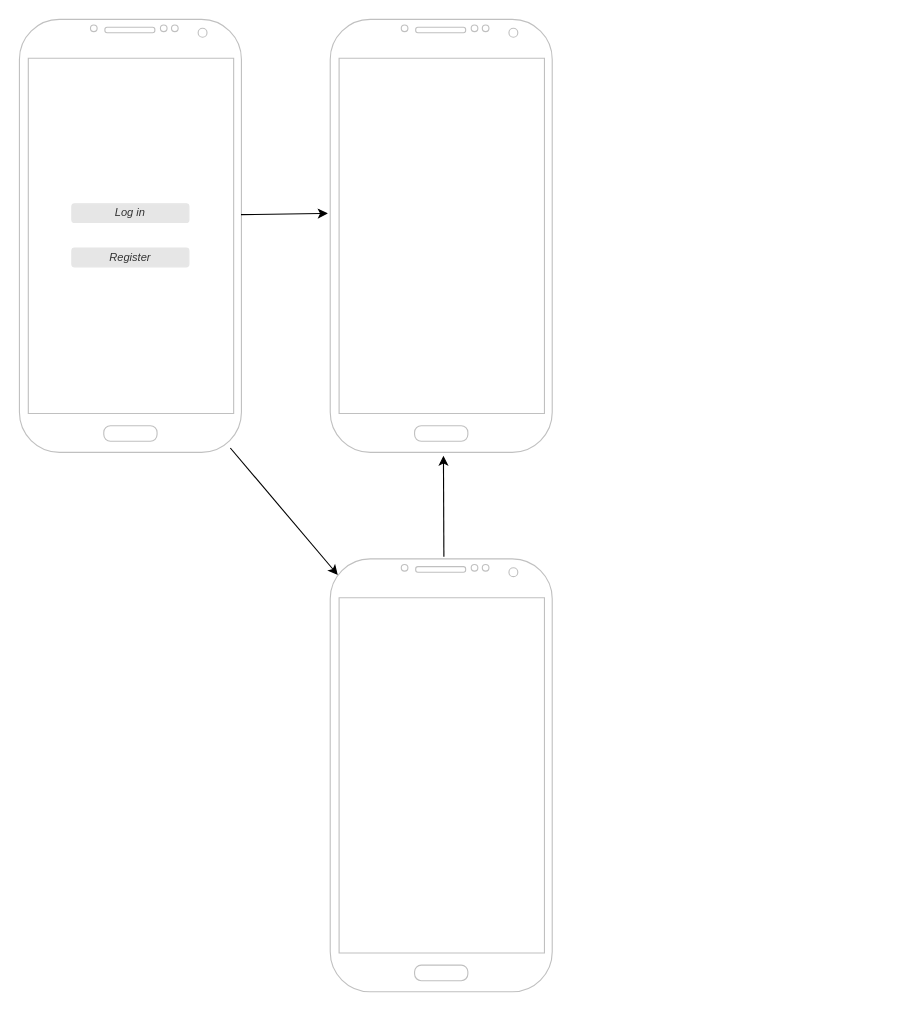
Before: Untitled Diagram.drawio in marie043/marie043, a draw.io diagram. Source tidied: cells renumbered, new cells numbered last; positions are measured from the earlier drawing's top-left corner, leaving out a move shared by most shapes. Both pictures are drawn from the tidied source at 111%, with x=0, y=0 at pixel (19, 19).
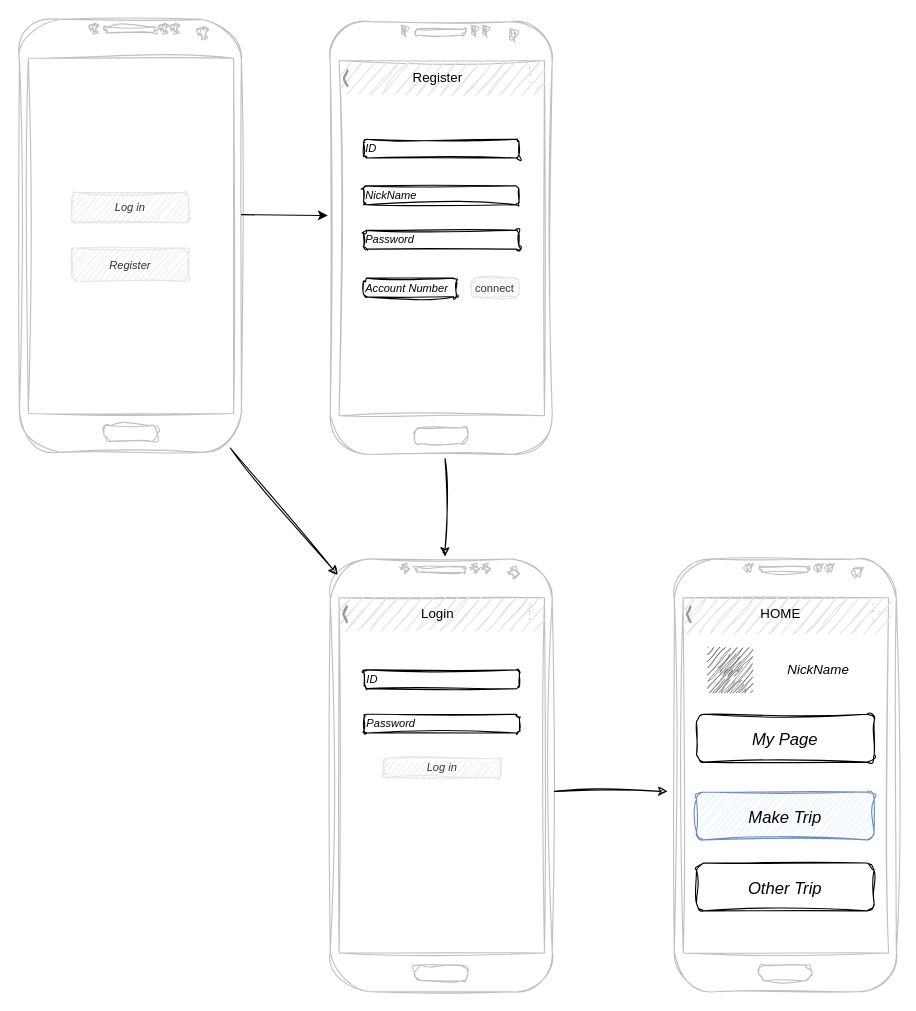
The same diagram, later.

Diff of the diagram source:
```diff
@@
-    <mxCell id="2" style="verticalLabelPosition=bottom;verticalAlign=top;html=1;shadow=0;dashed=0;strokeWidth=1;shape=mxgraph.android.phone2;strokeColor=#c0c0c0;" parent="1" vertex="1">
+    <mxCell id="2" style="verticalLabelPosition=bottom;verticalAlign=top;html=1;shadow=0;dashed=0;strokeWidth=1;shape=mxgraph.android.phone2;strokeColor=#c0c0c0;sketch=1;curveFitting=1;jiggle=2;" parent="1" vertex="1">
       <mxGeometry width="200" height="390" as="geometry" />
     </mxCell>
-    <mxCell id="3" value="&lt;i&gt;Log in&lt;/i&gt;" style="rounded=1;html=1;shadow=0;dashed=0;whiteSpace=wrap;fontSize=10;fillColor=#E6E6E6;align=center;strokeColor=#E6E6E6;fontColor=#333333;" parent="1" vertex="1">
-      <mxGeometry x="47.2" y="166" width="105.5" height="16.9" as="geometry" />
+    <mxCell id="3" value="&lt;i&gt;Log in&lt;/i&gt;" style="rounded=1;html=1;shadow=0;dashed=0;whiteSpace=wrap;fontSize=10;fillColor=#E6E6E6;align=center;strokeColor=#E6E6E6;fontColor=#333333;sketch=1;curveFitting=1;jiggle=2;" parent="1" vertex="1">
+      <mxGeometry x="47.2" y="156" width="105.5" height="26.9" as="geometry" />
     </mxCell>
-    <mxCell id="4" value="&lt;i&gt;Register&lt;/i&gt;" style="rounded=1;html=1;shadow=0;dashed=0;whiteSpace=wrap;fontSize=10;fillColor=#E6E6E6;align=center;strokeColor=#E6E6E6;fontColor=#333333;" parent="1" vertex="1">
-      <mxGeometry x="47.2" y="206" width="105.5" height="16.9" as="geometry" />
+    <mxCell id="4" value="&lt;i&gt;Register&lt;/i&gt;" style="rounded=1;html=1;shadow=0;dashed=0;whiteSpace=wrap;fontSize=10;fillColor=#E6E6E6;align=center;strokeColor=#E6E6E6;fontColor=#333333;sketch=1;curveFitting=1;jiggle=2;" parent="1" vertex="1">
+      <mxGeometry x="47.2" y="206" width="105.5" height="30" as="geometry" />
     </mxCell>
-    <mxCell id="5" style="verticalLabelPosition=bottom;verticalAlign=top;html=1;shadow=0;dashed=0;strokeWidth=1;shape=mxgraph.android.phone2;strokeColor=#c0c0c0;" parent="1" vertex="1">
-      <mxGeometry x="280" width="200" height="390" as="geometry" />
+    <mxCell id="5" style="verticalLabelPosition=bottom;verticalAlign=top;html=1;shadow=0;dashed=0;strokeWidth=1;shape=mxgraph.android.phone2;strokeColor=#c0c0c0;sketch=1;curveFitting=1;jiggle=2;" parent="1" vertex="1">
+      <mxGeometry x="280" y="2" width="200" height="390" as="geometry" />
     </mxCell>
-    <mxCell id="6" style="verticalLabelPosition=bottom;verticalAlign=top;html=1;shadow=0;dashed=0;strokeWidth=1;shape=mxgraph.android.phone2;strokeColor=#c0c0c0;" parent="1" vertex="1">
+    <mxCell id="6" style="verticalLabelPosition=bottom;verticalAlign=top;html=1;shadow=0;dashed=0;strokeWidth=1;shape=mxgraph.android.phone2;strokeColor=#c0c0c0;sketch=1;curveFitting=1;jiggle=2;" parent="1" vertex="1">
       <mxGeometry x="280" y="486" width="200" height="390" as="geometry" />
     </mxCell>
@@
-    <mxCell id="8" style="endArrow=classic;html=1;rounded=0;exitX=0.95;exitY=0.99;exitDx=0;exitDy=0;exitPerimeter=0;entryX=0.034;entryY=0.037;entryDx=0;entryDy=0;entryPerimeter=0;" parent="1" edge="1" source="2" target="6">
+    <mxCell id="8" style="endArrow=classic;html=1;rounded=0;exitX=0.95;exitY=0.99;exitDx=0;exitDy=0;exitPerimeter=0;entryX=0.034;entryY=0.037;entryDx=0;entryDy=0;entryPerimeter=0;sketch=1;curveFitting=1;jiggle=2;" parent="1" edge="1" source="2" target="6">
       <mxGeometry relative="1" as="geometry" />
     </mxCell>
-    <mxCell id="9" style="endArrow=classic;html=1;rounded=0;entryX=0.51;entryY=1.008;entryDx=0;entryDy=0;entryPerimeter=0;exitX=0.512;exitY=-0.005;exitDx=0;exitDy=0;exitPerimeter=0;" parent="1" edge="1" source="6" target="5">
+    <mxCell id="9" style="endArrow=classic;html=1;rounded=0;exitX=0.517;exitY=1.009;exitDx=0;exitDy=0;exitPerimeter=0;entryX=0.517;entryY=-0.005;entryDx=0;entryDy=0;entryPerimeter=0;sketch=1;curveFitting=1;jiggle=2;" parent="1" edge="1" source="5" target="6">
       <mxGeometry relative="1" as="geometry" />
     </mxCell>
+    <mxCell id="10" value="NickName" style="whiteSpace=wrap;html=1;shadow=0;dashed=0;fontSize=10;align=left;fontStyle=2;horizontal=1;rounded=1;sketch=1;curveFitting=1;jiggle=2;" parent="1" vertex="1">
+      <mxGeometry x="310" y="150" width="140" height="16.9" as="geometry" />
+    </mxCell>
+    <mxCell id="11" value="Password" style="whiteSpace=wrap;html=1;shadow=0;dashed=0;fontSize=10;align=left;fontStyle=2;horizontal=1;rounded=1;sketch=1;curveFitting=1;jiggle=2;" parent="1" vertex="1">
+      <mxGeometry x="310" y="190" width="140" height="16.9" as="geometry" />
+    </mxCell>
+    <mxCell id="12" value="Account Number" style="whiteSpace=wrap;html=1;shadow=0;dashed=0;fontSize=10;align=left;fontStyle=2;horizontal=1;rounded=1;sketch=1;curveFitting=1;jiggle=2;" parent="1" vertex="1">
+      <mxGeometry x="310" y="233.1" width="83.6" height="16.9" as="geometry" />
+    </mxCell>
+    <mxCell id="13" style="strokeWidth=1;html=1;shadow=0;dashed=0;shape=mxgraph.android.action_bar_landscape;fillColor=#E6E6E6;strokeColor=#c0c0c0;strokeWidth=2;whiteSpace=wrap;sketch=1;curveFitting=1;jiggle=2;" parent="1" vertex="1">
+      <mxGeometry x="289" y="38" width="184" height="30" as="geometry" />
+    </mxCell>
+    <mxCell id="14" value="connect" style="rounded=1;html=1;shadow=0;dashed=0;whiteSpace=wrap;fontSize=10;fillColor=#E6E6E6;align=center;strokeColor=#E6E6E6;fontColor=#333333;sketch=1;curveFitting=1;jiggle=2;" parent="1" vertex="1">
+      <mxGeometry x="407.2" y="233.1" width="42.8" height="16.9" as="geometry" />
+    </mxCell>
+    <mxCell id="15" value="Register" style="text;html=1;strokeColor=none;fillColor=none;align=center;verticalAlign=middle;whiteSpace=wrap;rounded=0;sketch=1;curveFitting=1;jiggle=2;" parent="1" vertex="1">
+      <mxGeometry x="347.2" y="38" width="60" height="30" as="geometry" />
+    </mxCell>
+    <mxCell id="16" value="ID" style="whiteSpace=wrap;html=1;shadow=0;dashed=0;fontSize=10;align=left;fontStyle=2;horizontal=1;rounded=1;sketch=1;curveFitting=1;jiggle=2;" parent="1" vertex="1">
+      <mxGeometry x="310.5" y="586" width="140" height="16.9" as="geometry" />
+    </mxCell>
+    <mxCell id="17" value="Password" style="whiteSpace=wrap;html=1;shadow=0;dashed=0;fontSize=10;align=left;fontStyle=2;horizontal=1;rounded=1;sketch=1;curveFitting=1;jiggle=2;" parent="1" vertex="1">
+      <mxGeometry x="310.5" y="626" width="140" height="16.9" as="geometry" />
+    </mxCell>
+    <mxCell id="18" style="strokeWidth=1;html=1;shadow=0;dashed=0;shape=mxgraph.android.action_bar_landscape;fillColor=#E6E6E6;strokeColor=#c0c0c0;strokeWidth=2;whiteSpace=wrap;sketch=1;curveFitting=1;jiggle=2;" parent="1" vertex="1">
+      <mxGeometry x="288.5" y="521" width="184" height="30" as="geometry" />
+    </mxCell>
+    <mxCell id="19" value="Login" style="text;html=1;strokeColor=none;fillColor=none;align=center;verticalAlign=middle;whiteSpace=wrap;rounded=0;sketch=1;curveFitting=1;jiggle=2;" parent="1" vertex="1">
+      <mxGeometry x="346.8" y="521" width="60" height="30" as="geometry" />
+    </mxCell>
+    <mxCell id="20" value="&lt;i&gt;Log in&lt;/i&gt;" style="rounded=1;html=1;shadow=0;dashed=0;whiteSpace=wrap;fontSize=10;fillColor=#E6E6E6;align=center;strokeColor=#E6E6E6;fontColor=#333333;sketch=1;curveFitting=1;jiggle=2;" parent="1" vertex="1">
+      <mxGeometry x="328.2" y="666" width="105.5" height="16.9" as="geometry" />
+    </mxCell>
+    <mxCell id="21" value="ID" style="whiteSpace=wrap;html=1;shadow=0;dashed=0;fontSize=10;align=left;fontStyle=2;horizontal=1;rounded=1;sketch=1;curveFitting=1;jiggle=2;" parent="1" vertex="1">
+      <mxGeometry x="310" y="108" width="140" height="16.9" as="geometry" />
+    </mxCell>
+    <mxCell id="22" style="verticalLabelPosition=bottom;verticalAlign=top;html=1;shadow=0;dashed=0;strokeWidth=1;shape=mxgraph.android.phone2;strokeColor=#c0c0c0;sketch=1;curveFitting=1;jiggle=2;" parent="1" vertex="1">
+      <mxGeometry x="590" y="486" width="200" height="390" as="geometry" />
+    </mxCell>
+    <mxCell id="23" style="endArrow=classic;html=1;rounded=0;exitX=1.01;exitY=0.537;exitDx=0;exitDy=0;exitPerimeter=0;entryX=-0.03;entryY=0.537;entryDx=0;entryDy=0;entryPerimeter=0;sketch=1;curveFitting=1;jiggle=2;" parent="1" edge="1" source="6" target="22">
+      <mxGeometry relative="1" as="geometry" />
+    </mxCell>
+    <mxCell id="24" value="&lt;font style=&quot;font-size: 15px;&quot;&gt;&lt;i&gt;My Page&lt;/i&gt;&lt;/font&gt;" style="rounded=1;html=1;shadow=0;dashed=0;whiteSpace=wrap;fontSize=10;align=center;sketch=1;curveFitting=1;jiggle=2;" parent="1" vertex="1">
+      <mxGeometry x="610" y="626" width="160" height="43.1" as="geometry" />
+    </mxCell>
+    <mxCell id="25" value="&lt;font style=&quot;font-size: 15px;&quot;&gt;&lt;i&gt;Make Trip&lt;/i&gt;&lt;/font&gt;" style="rounded=1;html=1;shadow=0;dashed=0;whiteSpace=wrap;fontSize=10;fillColor=#dae8fc;align=center;strokeColor=#6c8ebf;sketch=1;curveFitting=1;jiggle=2;" parent="1" vertex="1">
+      <mxGeometry x="610" y="696" width="160" height="43.1" as="geometry" />
+    </mxCell>
+    <mxCell id="26" value="&lt;i style=&quot;&quot;&gt;&lt;font style=&quot;font-size: 15px;&quot;&gt;Other Trip&lt;/font&gt;&lt;/i&gt;" style="rounded=1;html=1;shadow=0;dashed=0;whiteSpace=wrap;fontSize=10;align=center;sketch=1;curveFitting=1;jiggle=2;" parent="1" vertex="1">
+      <mxGeometry x="610" y="760" width="160" height="43.1" as="geometry" />
+    </mxCell>
+    <mxCell id="27" style="strokeWidth=1;html=1;shadow=0;dashed=0;shape=mxgraph.android.action_bar_landscape;fillColor=#E6E6E6;strokeColor=#c0c0c0;strokeWidth=2;whiteSpace=wrap;sketch=1;curveFitting=1;jiggle=2;" parent="1" vertex="1">
+      <mxGeometry x="598" y="521" width="184" height="30" as="geometry" />
+    </mxCell>
+    <mxCell id="28" value="HOME" style="text;html=1;strokeColor=none;fillColor=none;align=center;verticalAlign=middle;whiteSpace=wrap;rounded=0;sketch=1;curveFitting=1;jiggle=2;" parent="1" vertex="1">
+      <mxGeometry x="656.2" y="521" width="60" height="30" as="geometry" />
+    </mxCell>
+    <mxCell id="29" style="verticalLabelPosition=bottom;verticalAlign=top;html=1;shadow=0;dashed=0;strokeWidth=1;shape=mxgraph.android.contact_badge_normal;sketch=1;curveFitting=1;jiggle=2;" parent="1" vertex="1">
+      <mxGeometry x="620" y="566" width="40" height="40" as="geometry" />
+    </mxCell>
+    <mxCell id="30" value="&lt;i&gt;NickName&lt;/i&gt;" style="text;html=1;strokeColor=none;fillColor=none;align=center;verticalAlign=middle;whiteSpace=wrap;rounded=0;sketch=1;curveFitting=1;jiggle=2;" parent="1" vertex="1">
+      <mxGeometry x="690" y="571" width="60" height="30" as="geometry" />
+    </mxCell>
```
